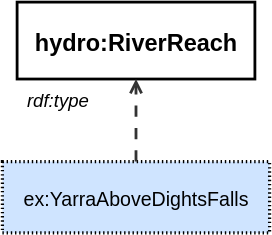
The draw.io diagram ssn/images/domain-feature.svg in w3c/sdw-sosa-ssn, before a commit. Source tidied: cells renumbered, new cells last; positions are measured from the earlier drawing's top-left corner, leaving out a move shared by most shapes.
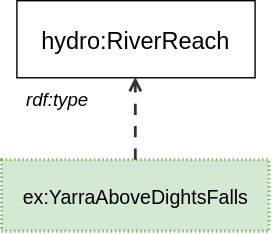
The same diagram one commit later.

Commit message:
Consistent diagram colours

Change to the diagram source:
```diff
@@ -2,10 +2,10 @@
   <root>
     <mxCell id="0" />
     <mxCell id="1" parent="0" />
-    <mxCell id="2" value="&lt;font style=&quot;font-size: 14px;&quot;&gt;ex:YarraAboveDightsFalls&lt;/font&gt;" style="html=1;overflow=block;blockSpacing=1;whiteSpace=wrap;fontSize=14.4;fontFamily=Helvetica;fontColor=default;align=center;spacing=0;strokeOpacity=100;fillOpacity=100;fillColor=#cfe4ff;dashed=1;fixDash=1;dashPattern=1 2;strokeWidth=2.3;convertToSvg=1;" parent="1" vertex="1">
+    <mxCell id="2" value="&lt;font style=&quot;font-size: 14px;&quot;&gt;ex:YarraAboveDightsFalls&lt;/font&gt;" style="html=1;overflow=block;blockSpacing=1;whiteSpace=wrap;fontSize=14.4;fontFamily=Helvetica;align=center;spacing=0;strokeOpacity=100;fillOpacity=100;fillColor=#d5e8d4;dashed=1;fixDash=1;dashPattern=1 2;strokeWidth=2.3;convertToSvg=1;strokeColor=#82b366;" parent="1" vertex="1">
       <mxGeometry y="114" width="191" height="51" as="geometry" />
     </mxCell>
-    <mxCell id="3" value="hydro:RiverReach" style="html=1;overflow=block;blockSpacing=1;whiteSpace=wrap;fontSize=16.8;fontColor=default;fontStyle=1;align=center;spacing=0;strokeOpacity=100;fillOpacity=0;fillColor=#000000;strokeWidth=2;convertToSvg=1;" parent="1" vertex="1">
+    <mxCell id="3" value="hydro:RiverReach" style="html=1;overflow=block;blockSpacing=1;whiteSpace=wrap;fontSize=16.8;fontColor=default;fontStyle=0;align=center;spacing=0;strokeOpacity=100;fillOpacity=0;fillColor=#000000;strokeWidth=1;convertToSvg=1;" parent="1" vertex="1">
       <mxGeometry x="10.5" width="170" height="55" as="geometry" />
     </mxCell>
     <mxCell id="4" style="html=1;jettySize=18;whiteSpace=wrap;fontSize=13;strokeColor=#333333;strokeOpacity=100;dashed=1;fixDash=1;dashPattern=8 8;strokeWidth=2;rounded=0;startArrow=none;endArrow=open;lucidId=0ZtLjH5MFli1;fontColor=default;convertToSvg=1;" parent="1" edge="1" source="2" target="3">
```
